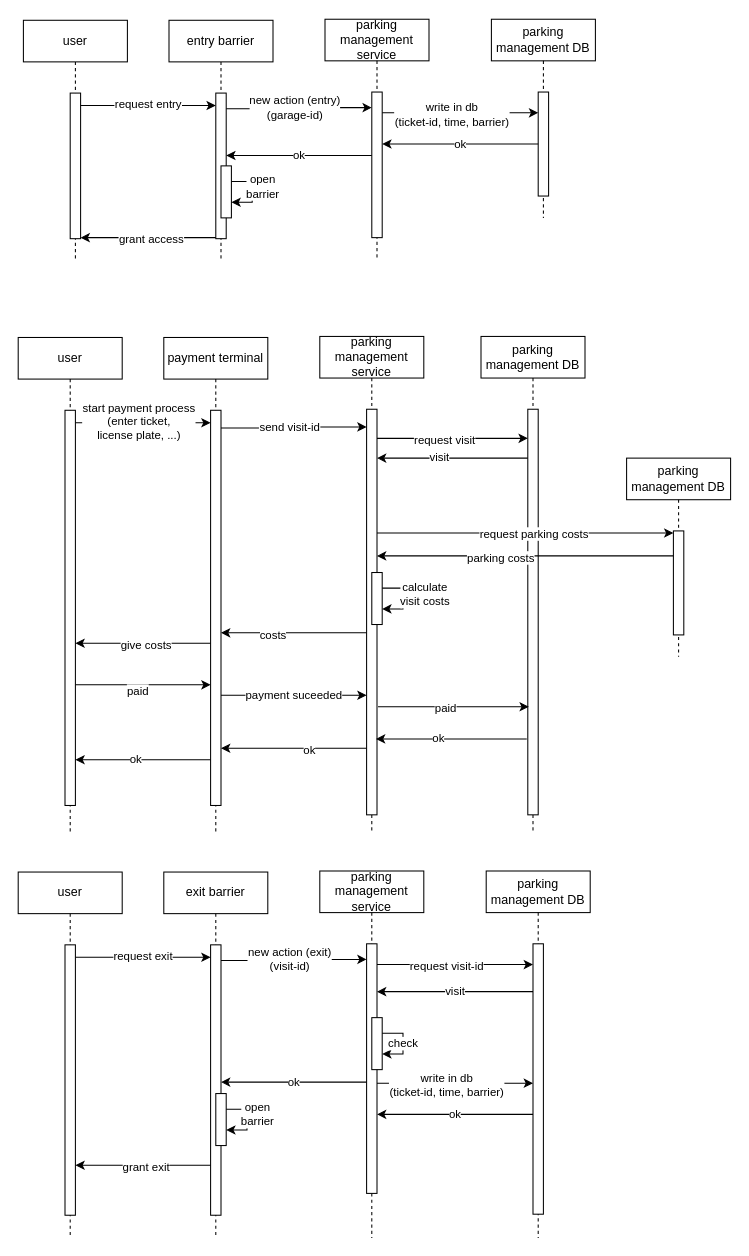
Before: page "sequence" (5 of 8) of docu/parking_management.drawio in msi-cad-vw/.github, a draw.io diagram. Source tidied: cells renumbered, new cells numbered last; positions are measured from the earlier drawing's top-left corner, leaving out a move shared by most shapes. Both pictures are drawn from the tidied source at 104%, with x=0, y=0 at pixel (18, 19).
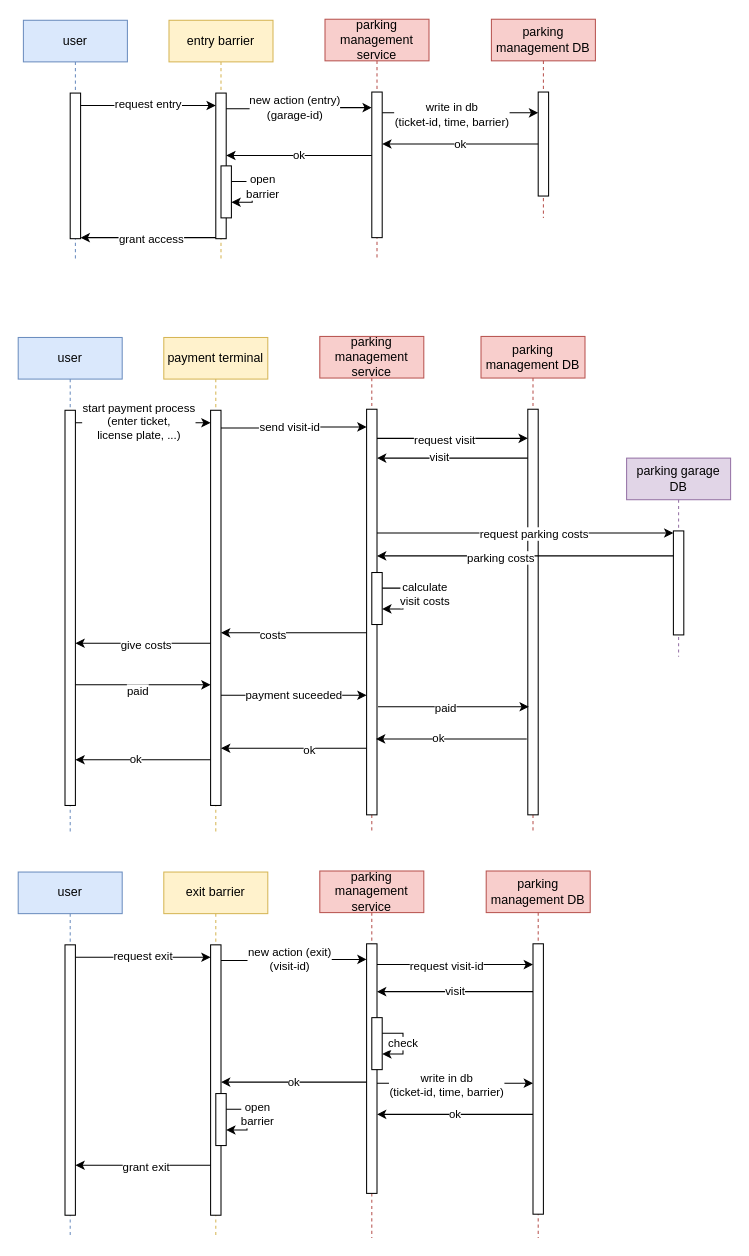
Above is the later version.

Change to the diagram source:
```diff
@@
-    <mxCell id="2" value="user" style="shape=umlLifeline;perimeter=lifelinePerimeter;whiteSpace=wrap;html=1;newEdgeStyle={&quot;edgeStyle&quot;:&quot;elbowEdgeStyle&quot;,&quot;elbow&quot;:&quot;vertical&quot;,&quot;curved&quot;:0,&quot;rounded&quot;:0};" parent="1" vertex="1">
+    <mxCell id="2" value="user" style="shape=umlLifeline;perimeter=lifelinePerimeter;whiteSpace=wrap;html=1;newEdgeStyle={&quot;edgeStyle&quot;:&quot;elbowEdgeStyle&quot;,&quot;elbow&quot;:&quot;vertical&quot;,&quot;curved&quot;:0,&quot;rounded&quot;:0};fillColor=#dae8fc;strokeColor=#6c8ebf;" parent="1" vertex="1">
       <mxGeometry x="5" y="1" width="100" height="231" as="geometry" />
     </mxCell>
@@
-    <mxCell id="4" value="entry barrier" style="shape=umlLifeline;perimeter=lifelinePerimeter;whiteSpace=wrap;html=1;newEdgeStyle={&quot;edgeStyle&quot;:&quot;elbowEdgeStyle&quot;,&quot;elbow&quot;:&quot;vertical&quot;,&quot;curved&quot;:0,&quot;rounded&quot;:0};" parent="1" vertex="1">
+    <mxCell id="4" value="entry barrier" style="shape=umlLifeline;perimeter=lifelinePerimeter;whiteSpace=wrap;html=1;newEdgeStyle={&quot;edgeStyle&quot;:&quot;elbowEdgeStyle&quot;,&quot;elbow&quot;:&quot;vertical&quot;,&quot;curved&quot;:0,&quot;rounded&quot;:0};fillColor=#fff2cc;strokeColor=#d6b656;" parent="1" vertex="1">
       <mxGeometry x="145" y="1" width="100" height="231" as="geometry" />
     </mxCell>
@@
-    <mxCell id="9" value="parking management service" style="shape=umlLifeline;perimeter=lifelinePerimeter;whiteSpace=wrap;html=1;newEdgeStyle={&quot;edgeStyle&quot;:&quot;elbowEdgeStyle&quot;,&quot;elbow&quot;:&quot;vertical&quot;,&quot;curved&quot;:0,&quot;rounded&quot;:0};" parent="1" vertex="1">
+    <mxCell id="9" value="parking management service" style="shape=umlLifeline;perimeter=lifelinePerimeter;whiteSpace=wrap;html=1;newEdgeStyle={&quot;edgeStyle&quot;:&quot;elbowEdgeStyle&quot;,&quot;elbow&quot;:&quot;vertical&quot;,&quot;curved&quot;:0,&quot;rounded&quot;:0};fillColor=#f8cecc;strokeColor=#b85450;" parent="1" vertex="1">
       <mxGeometry x="295" width="100" height="232" as="geometry" />
     </mxCell>
@@
-    <mxCell id="19" value="user" style="shape=umlLifeline;perimeter=lifelinePerimeter;whiteSpace=wrap;html=1;newEdgeStyle={&quot;edgeStyle&quot;:&quot;elbowEdgeStyle&quot;,&quot;elbow&quot;:&quot;vertical&quot;,&quot;curved&quot;:0,&quot;rounded&quot;:0};" parent="1" vertex="1">
+    <mxCell id="19" value="user" style="shape=umlLifeline;perimeter=lifelinePerimeter;whiteSpace=wrap;html=1;newEdgeStyle={&quot;edgeStyle&quot;:&quot;elbowEdgeStyle&quot;,&quot;elbow&quot;:&quot;vertical&quot;,&quot;curved&quot;:0,&quot;rounded&quot;:0};fillColor=#dae8fc;strokeColor=#6c8ebf;" parent="1" vertex="1">
       <mxGeometry y="306" width="100" height="476" as="geometry" />
     </mxCell>
@@
-    <mxCell id="23" value="payment terminal" style="shape=umlLifeline;perimeter=lifelinePerimeter;whiteSpace=wrap;html=1;newEdgeStyle={&quot;edgeStyle&quot;:&quot;elbowEdgeStyle&quot;,&quot;elbow&quot;:&quot;vertical&quot;,&quot;curved&quot;:0,&quot;rounded&quot;:0};" parent="1" vertex="1">
+    <mxCell id="23" value="payment terminal" style="shape=umlLifeline;perimeter=lifelinePerimeter;whiteSpace=wrap;html=1;newEdgeStyle={&quot;edgeStyle&quot;:&quot;elbowEdgeStyle&quot;,&quot;elbow&quot;:&quot;vertical&quot;,&quot;curved&quot;:0,&quot;rounded&quot;:0};fillColor=#fff2cc;strokeColor=#d6b656;" parent="1" vertex="1">
       <mxGeometry x="140" y="306" width="100" height="476" as="geometry" />
     </mxCell>
@@
-    <mxCell id="27" value="parking management service" style="shape=umlLifeline;perimeter=lifelinePerimeter;whiteSpace=wrap;html=1;newEdgeStyle={&quot;edgeStyle&quot;:&quot;elbowEdgeStyle&quot;,&quot;elbow&quot;:&quot;vertical&quot;,&quot;curved&quot;:0,&quot;rounded&quot;:0};" parent="1" vertex="1">
+    <mxCell id="27" value="parking management service" style="shape=umlLifeline;perimeter=lifelinePerimeter;whiteSpace=wrap;html=1;newEdgeStyle={&quot;edgeStyle&quot;:&quot;elbowEdgeStyle&quot;,&quot;elbow&quot;:&quot;vertical&quot;,&quot;curved&quot;:0,&quot;rounded&quot;:0};fillColor=#f8cecc;strokeColor=#b85450;" parent="1" vertex="1">
       <mxGeometry x="290" y="305" width="100" height="477" as="geometry" />
     </mxCell>
@@
-    <mxCell id="33" value="parking management DB" style="shape=umlLifeline;perimeter=lifelinePerimeter;whiteSpace=wrap;html=1;newEdgeStyle={&quot;edgeStyle&quot;:&quot;elbowEdgeStyle&quot;,&quot;elbow&quot;:&quot;vertical&quot;,&quot;curved&quot;:0,&quot;rounded&quot;:0};" parent="1" vertex="1">
+    <mxCell id="33" value="parking management DB" style="shape=umlLifeline;perimeter=lifelinePerimeter;whiteSpace=wrap;html=1;newEdgeStyle={&quot;edgeStyle&quot;:&quot;elbowEdgeStyle&quot;,&quot;elbow&quot;:&quot;vertical&quot;,&quot;curved&quot;:0,&quot;rounded&quot;:0};fillColor=#f8cecc;strokeColor=#b85450;" parent="1" vertex="1">
       <mxGeometry x="455" width="100" height="191" as="geometry" />
     </mxCell>
@@
-    <mxCell id="38" value="parking management DB" style="shape=umlLifeline;perimeter=lifelinePerimeter;whiteSpace=wrap;html=1;newEdgeStyle={&quot;edgeStyle&quot;:&quot;elbowEdgeStyle&quot;,&quot;elbow&quot;:&quot;vertical&quot;,&quot;curved&quot;:0,&quot;rounded&quot;:0};" parent="1" vertex="1">
+    <mxCell id="38" value="parking management DB" style="shape=umlLifeline;perimeter=lifelinePerimeter;whiteSpace=wrap;html=1;newEdgeStyle={&quot;edgeStyle&quot;:&quot;elbowEdgeStyle&quot;,&quot;elbow&quot;:&quot;vertical&quot;,&quot;curved&quot;:0,&quot;rounded&quot;:0};fillColor=#f8cecc;strokeColor=#b85450;" parent="1" vertex="1">
       <mxGeometry x="445" y="305" width="100" height="477" as="geometry" />
     </mxCell>
@@
-    <mxCell id="47" value="parking management DB" style="shape=umlLifeline;perimeter=lifelinePerimeter;whiteSpace=wrap;html=1;newEdgeStyle={&quot;edgeStyle&quot;:&quot;elbowEdgeStyle&quot;,&quot;elbow&quot;:&quot;vertical&quot;,&quot;curved&quot;:0,&quot;rounded&quot;:0};" parent="1" vertex="1">
+    <mxCell id="47" value="parking garage DB" style="shape=umlLifeline;perimeter=lifelinePerimeter;whiteSpace=wrap;html=1;newEdgeStyle={&quot;edgeStyle&quot;:&quot;elbowEdgeStyle&quot;,&quot;elbow&quot;:&quot;vertical&quot;,&quot;curved&quot;:0,&quot;rounded&quot;:0};fillColor=#e1d5e7;strokeColor=#9673a6;" parent="1" vertex="1">
       <mxGeometry x="585" y="422" width="100" height="191" as="geometry" />
     </mxCell>
@@
-    <mxCell id="62" value="user" style="shape=umlLifeline;perimeter=lifelinePerimeter;whiteSpace=wrap;html=1;newEdgeStyle={&quot;edgeStyle&quot;:&quot;elbowEdgeStyle&quot;,&quot;elbow&quot;:&quot;vertical&quot;,&quot;curved&quot;:0,&quot;rounded&quot;:0};" parent="1" vertex="1">
+    <mxCell id="62" value="user" style="shape=umlLifeline;perimeter=lifelinePerimeter;whiteSpace=wrap;html=1;newEdgeStyle={&quot;edgeStyle&quot;:&quot;elbowEdgeStyle&quot;,&quot;elbow&quot;:&quot;vertical&quot;,&quot;curved&quot;:0,&quot;rounded&quot;:0};fillColor=#dae8fc;strokeColor=#6c8ebf;" parent="1" vertex="1">
       <mxGeometry y="820" width="100" height="352" as="geometry" />
     </mxCell>
@@
-    <mxCell id="64" value="exit barrier" style="shape=umlLifeline;perimeter=lifelinePerimeter;whiteSpace=wrap;html=1;newEdgeStyle={&quot;edgeStyle&quot;:&quot;elbowEdgeStyle&quot;,&quot;elbow&quot;:&quot;vertical&quot;,&quot;curved&quot;:0,&quot;rounded&quot;:0};" parent="1" vertex="1">
+    <mxCell id="64" value="exit barrier" style="shape=umlLifeline;perimeter=lifelinePerimeter;whiteSpace=wrap;html=1;newEdgeStyle={&quot;edgeStyle&quot;:&quot;elbowEdgeStyle&quot;,&quot;elbow&quot;:&quot;vertical&quot;,&quot;curved&quot;:0,&quot;rounded&quot;:0};fillColor=#fff2cc;strokeColor=#d6b656;" parent="1" vertex="1">
       <mxGeometry x="140" y="820" width="100" height="352" as="geometry" />
     </mxCell>
@@
-    <mxCell id="69" value="parking management service" style="shape=umlLifeline;perimeter=lifelinePerimeter;whiteSpace=wrap;html=1;newEdgeStyle={&quot;edgeStyle&quot;:&quot;elbowEdgeStyle&quot;,&quot;elbow&quot;:&quot;vertical&quot;,&quot;curved&quot;:0,&quot;rounded&quot;:0};" parent="1" vertex="1">
+    <mxCell id="69" value="parking management service" style="shape=umlLifeline;perimeter=lifelinePerimeter;whiteSpace=wrap;html=1;newEdgeStyle={&quot;edgeStyle&quot;:&quot;elbowEdgeStyle&quot;,&quot;elbow&quot;:&quot;vertical&quot;,&quot;curved&quot;:0,&quot;rounded&quot;:0};fillColor=#f8cecc;strokeColor=#b85450;" parent="1" vertex="1">
       <mxGeometry x="290" y="819" width="100" height="353" as="geometry" />
     </mxCell>
@@
-    <mxCell id="77" value="parking management DB" style="shape=umlLifeline;perimeter=lifelinePerimeter;whiteSpace=wrap;html=1;newEdgeStyle={&quot;edgeStyle&quot;:&quot;elbowEdgeStyle&quot;,&quot;elbow&quot;:&quot;vertical&quot;,&quot;curved&quot;:0,&quot;rounded&quot;:0};" parent="1" vertex="1">
+    <mxCell id="77" value="parking management DB" style="shape=umlLifeline;perimeter=lifelinePerimeter;whiteSpace=wrap;html=1;newEdgeStyle={&quot;edgeStyle&quot;:&quot;elbowEdgeStyle&quot;,&quot;elbow&quot;:&quot;vertical&quot;,&quot;curved&quot;:0,&quot;rounded&quot;:0};fillColor=#f8cecc;strokeColor=#b85450;" parent="1" vertex="1">
       <mxGeometry x="450" y="819" width="100" height="353" as="geometry" />
     </mxCell>
```
